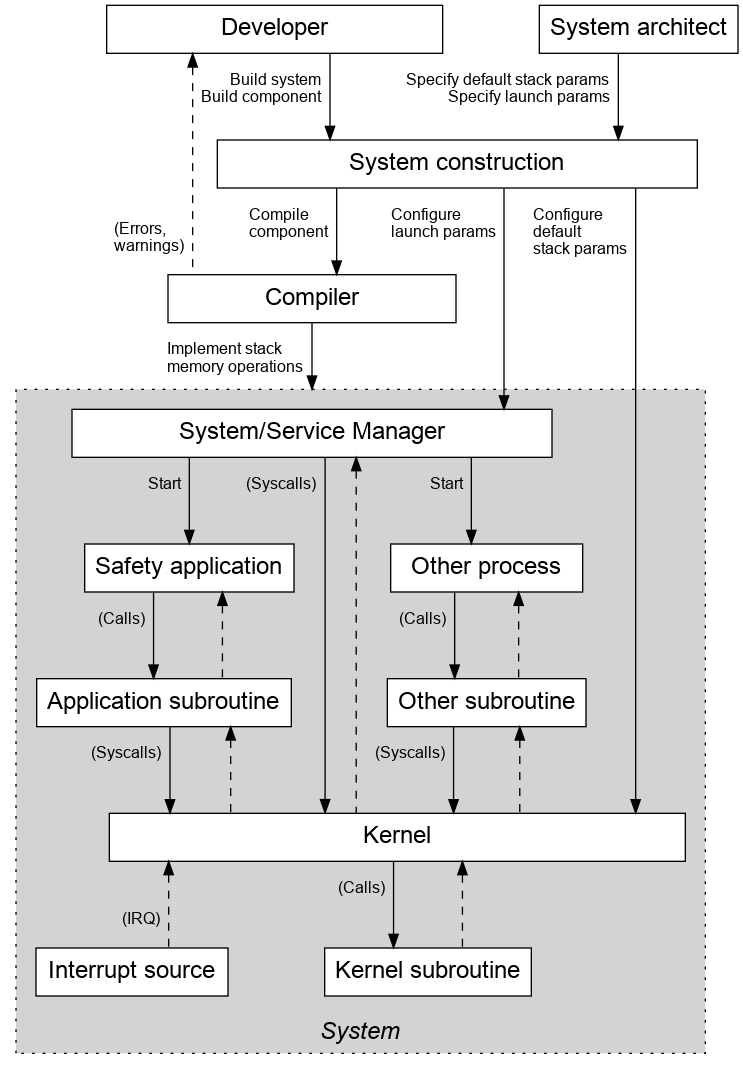
Before: stack-memory/control-structure.dot.png, a diagram exported from Graphviz (elisa-tech/wg-osep). Its source is kept beside it as stack-memory/control-structure.dot.
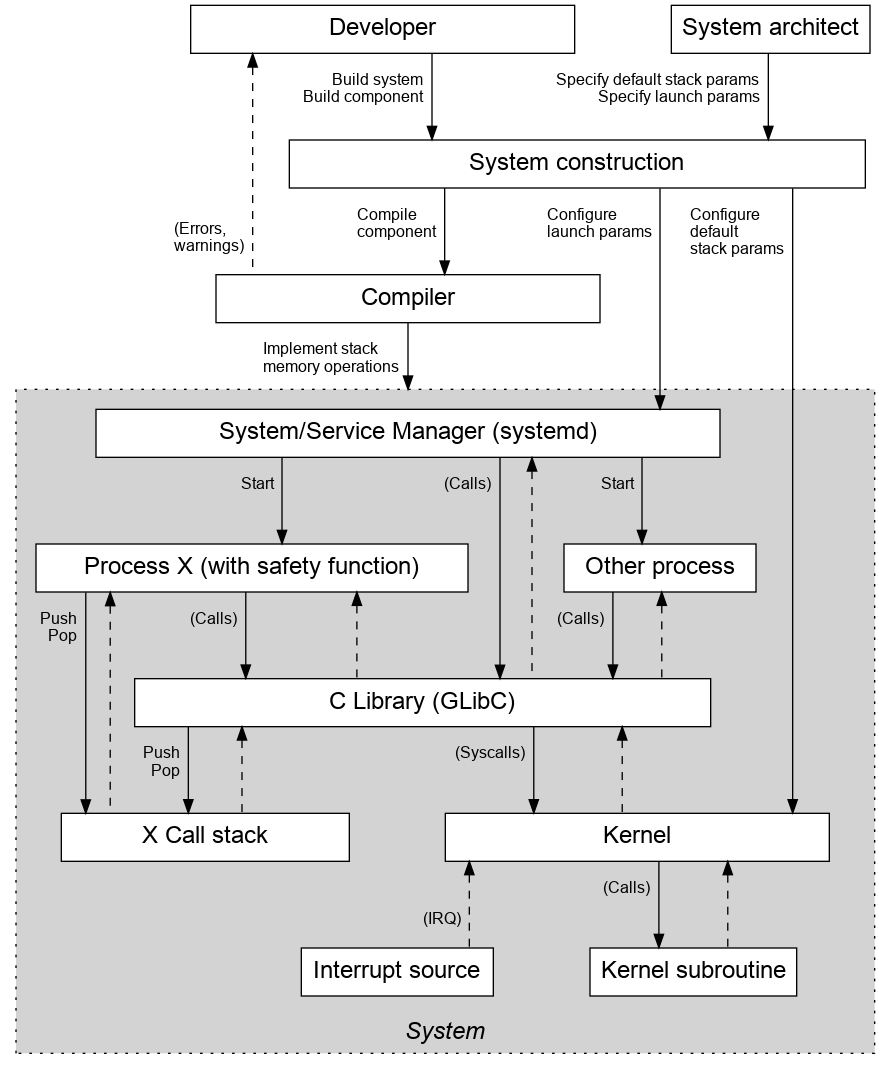
After the change.

Commit message:
Rethink control structure

Change to the diagram source:
```diff
@@ -6,23 +6,23 @@
 layout=dot; overlap=false; compound=true;
 
 {rank=same
-    Developer [width=3.5]
+    Developer [width=4]
     Architect [label="System architect"] }
 
-Compiler [width=3]
-Build [label="System construction" width=5]
+Compiler [width=4]
+Build [label="System construction" width=6]
 
 subgraph cluster_0 { style=dotted margin=15 bgcolor=lightgrey
                      label=<<i>System</i>> labelloc=b
                      fontname="arial" fontsize=18
-    Manager [label="System/Service Manager" width=5]
+    Manager [label="System/Service Manager (systemd)" width=6.5]
     { rank=same
-        Application [label="Safety application"]
+        Application [label="Process X (with safety function)" width=4.5]
         Other [label="Other process"] }
-    ASub [label="Application subroutine"]
-    TSub [label="Other subroutine"]
+    LibC [label="C Library (GLibC)" width=6]
+    Stack [label="X Call stack" width=3]
     Interrupt [label="Interrupt source"]
-    Kernel [width=6]
+    Kernel [width=4]
     KSub [label="Kernel subroutine"]
     }
 
@@ -38,22 +38,26 @@
 
 Manager -> Application [taillabel="\rStart  \r" weight=4]
 Manager -> Other [taillabel="\rStart  \r"]
-Manager -> Kernel [taillabel="\r(Syscalls)  \r"]
-Manager -> Kernel [dir=back style=dashed]
+Manager -> LibC [taillabel="\r(Calls)  \r"]
+Manager -> LibC [dir=back style=dashed]
 
-Application -> ASub [taillabel="\r(Calls)  \r"]
-Application -> ASub [dir=back style=dashed]
+Application -> Stack [taillabel="\rPush  \rPop  \r"]
+Application -> Stack [dir=back style=dashed]
+Application -> LibC [taillabel="\r(Calls)  \r" weight=4]
+Application -> LibC [dir=back style=dashed weight=4]
 
-ASub -> Kernel [taillabel="\r(Syscalls)  \r"]
-ASub -> Kernel [dir=back style=dashed]
+LibC -> Stack [taillabel="\rPush  \rPop  \r"]
+LibC -> Stack [dir=back style=dashed]
 
-Other -> TSub [taillabel="\r(Calls)  \r"]
-Other -> TSub [dir=back style=dashed]
+Other -> LibC [taillabel="\r(Calls)  \r"]
+Other -> LibC [dir=back style=dashed]
 
-TSub -> Kernel [taillabel="\r(Syscalls)  \r"]
-TSub -> Kernel [dir=back style=dashed]
+Stack -> LibC [style=invis]
+
+LibC -> Kernel [taillabel="\r(Syscalls)  \r"]
+LibC -> Kernel [dir=back style=dashed]
 
 Kernel -> KSub [taillabel="\r(Calls)  \r"]
 Kernel -> KSub [dir=back style=dashed]
-Kernel-> Interrupt[dir=back style=dashed headlabel="\r(IRQ)  \r\r" ]
+Kernel-> Interrupt[dir=back style=dashed headlabel="\r(IRQ)  \r\r" weight=2]
 }
```
